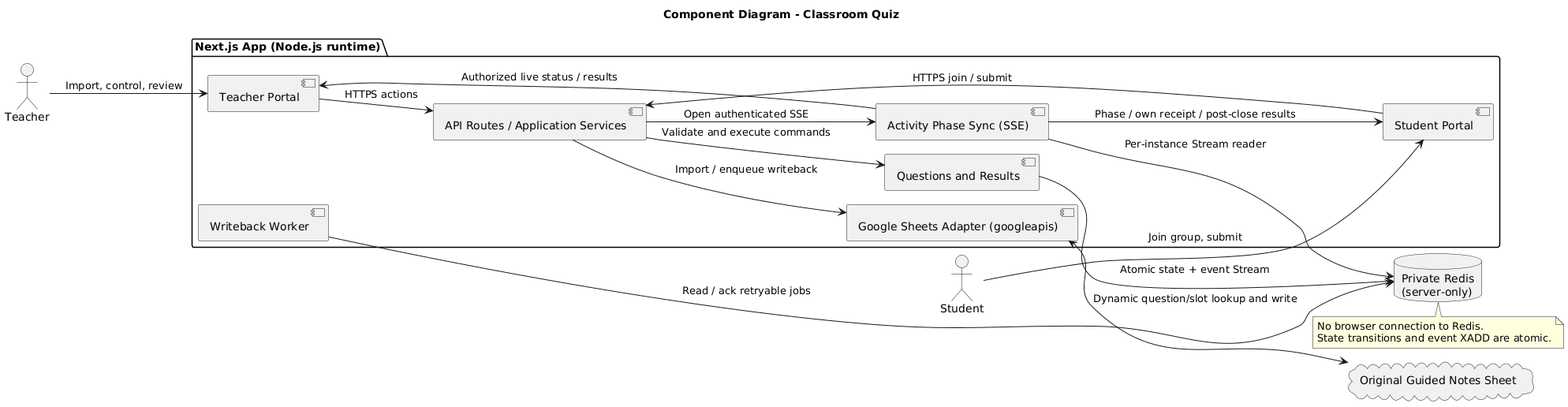
Chunshan-Theta/2026-SW-quickanswer keeps this PlantUML diagram as main/diagrams/component.png. Above is the earlier version.
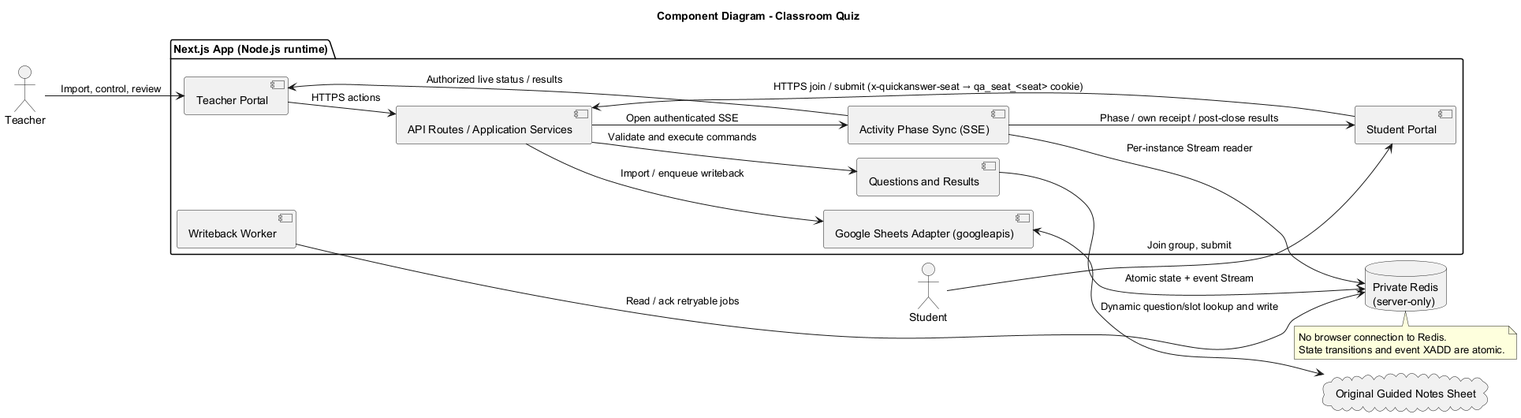
After the change.

Commit message:
docs: show the tab seat session in the shared component and sequence diagrams

What changed in the source:
```diff
@@ -1,5 +1,4 @@
 @startuml
-!pragma layout smetana
 !pragma layout smetana
 title Component Diagram - Classroom Quiz
 left to right direction
@@ -23,7 +22,7 @@
 Teacher --> TeacherClient : Import, control, review
 Student --> StudentClient : Join group, submit
 TeacherClient --> AppAPI : HTTPS actions
-StudentClient --> AppAPI : HTTPS join / submit
+StudentClient --> AppAPI : HTTPS join / submit (x-quickanswer-seat → qa_seat_<seat> cookie)
 AppAPI --> QuizFlow : Validate and execute commands
 AppAPI --> SheetsAccess : Import / enqueue writeback
 AppAPI --> ActivitySync : Open authenticated SSE
```
